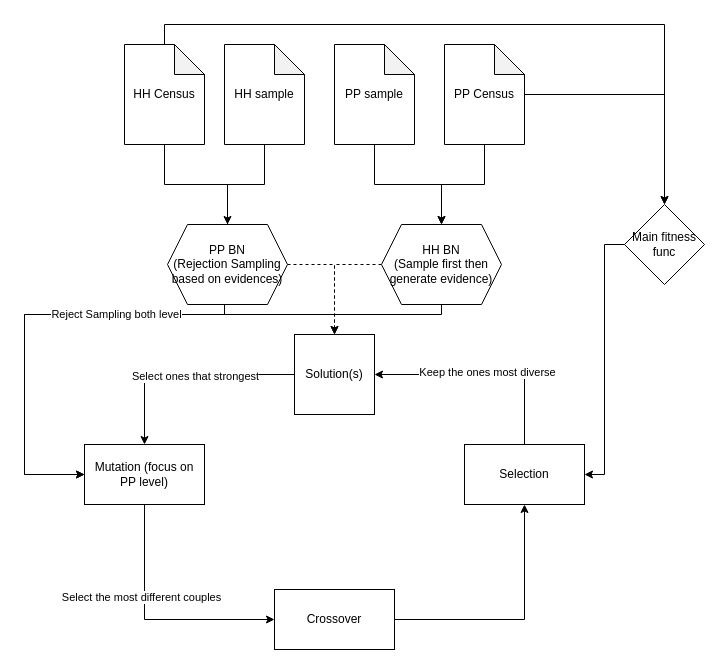
The draw.io diagram PopSynthesis/Methods/BN/GP/system2BN-EA.drawio in bobkatla/PopSyn_Monash, before the edit. Source tidied: cells renumbered, new cells numbered last; positions are measured from the earlier drawing's top-left corner, leaving out a move shared by most shapes. Both pictures are drawn from the tidied source at 100%, with x=0, y=0 at pixel (24, 24).
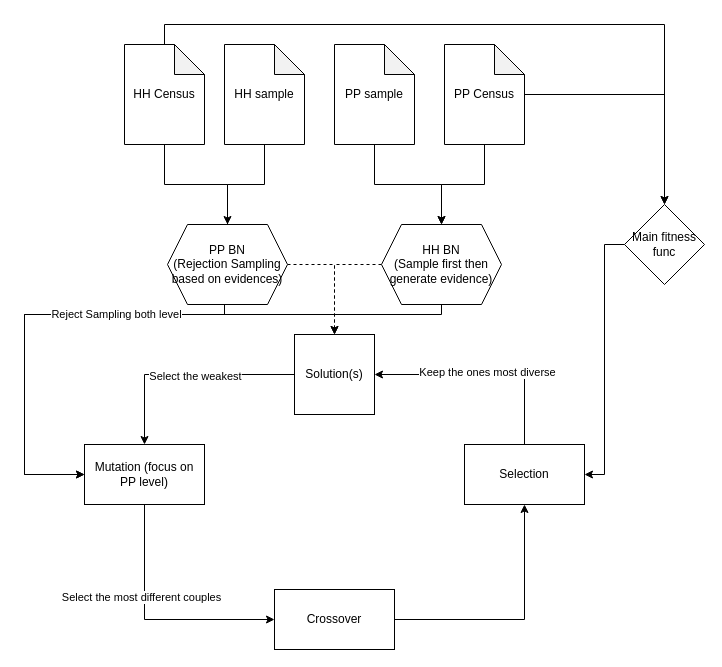
The same page after the edit.

Unchanged cells that the change refers to:
```xml
<mxCell id="19" style="edgeStyle=orthogonalEdgeStyle;rounded=0;jettySize=auto;html=1;entryX=0.5;entryY=0;entryDx=0;entryDy=0;" parent="1" edge="1" source="21" target="24">
  <mxGeometry relative="1" as="geometry" />
</mxCell>
```

What changed in the source:
```diff
@@
-    <mxCell id="20" value="Select ones that strongest" style="edgeLabel;html=1;align=center;verticalAlign=middle;" parent="19" vertex="1">
+    <mxCell id="20" value="Select the weakest" style="edgeLabel;html=1;align=center;verticalAlign=middle;" parent="19" vertex="1">
       <mxGeometry x="-0.09" y="1" relative="1" as="geometry" />
     </mxCell>
```
